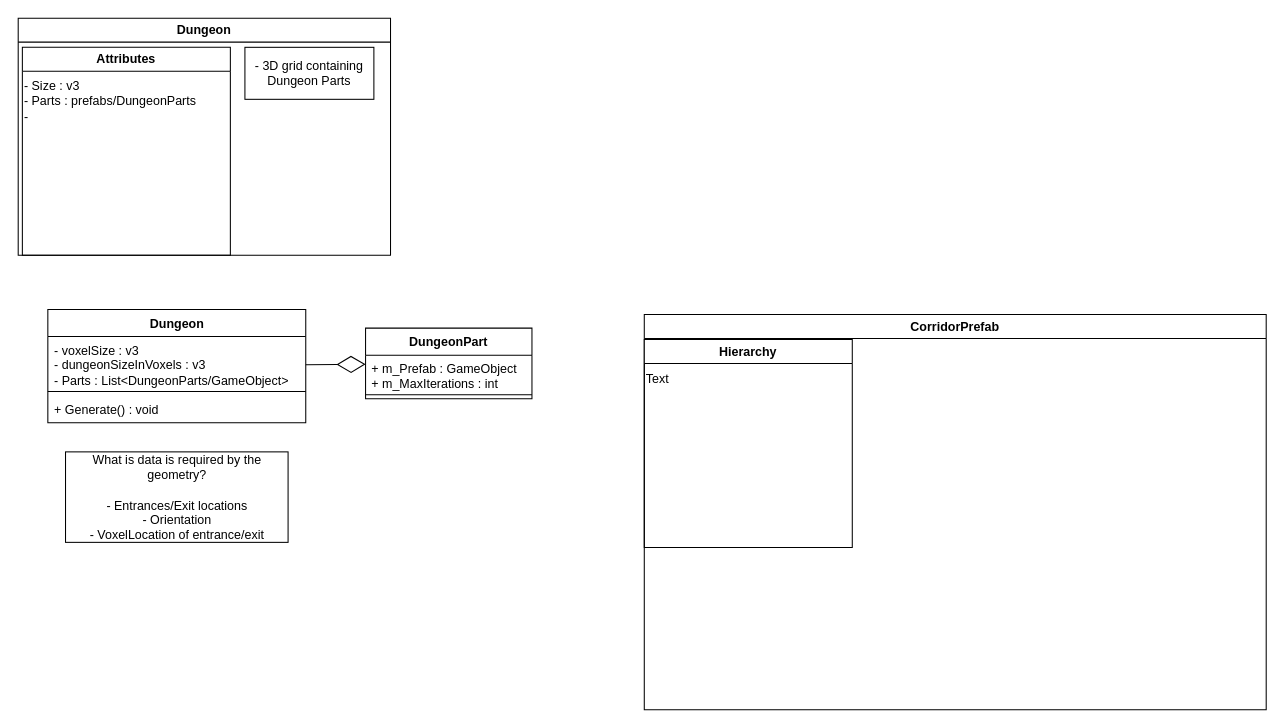
Earlier version of the draw.io diagram DungeonGenerator.drawio (RanakOFour/Unity3DDungeonGenerator). Source tidied: cells renumbered, new cells numbered last; positions are measured from the earlier drawing's top-left corner, leaving out a move shared by most shapes. Both pictures are drawn from the tidied source at 104%, with x=0, y=0 at pixel (18, 18).
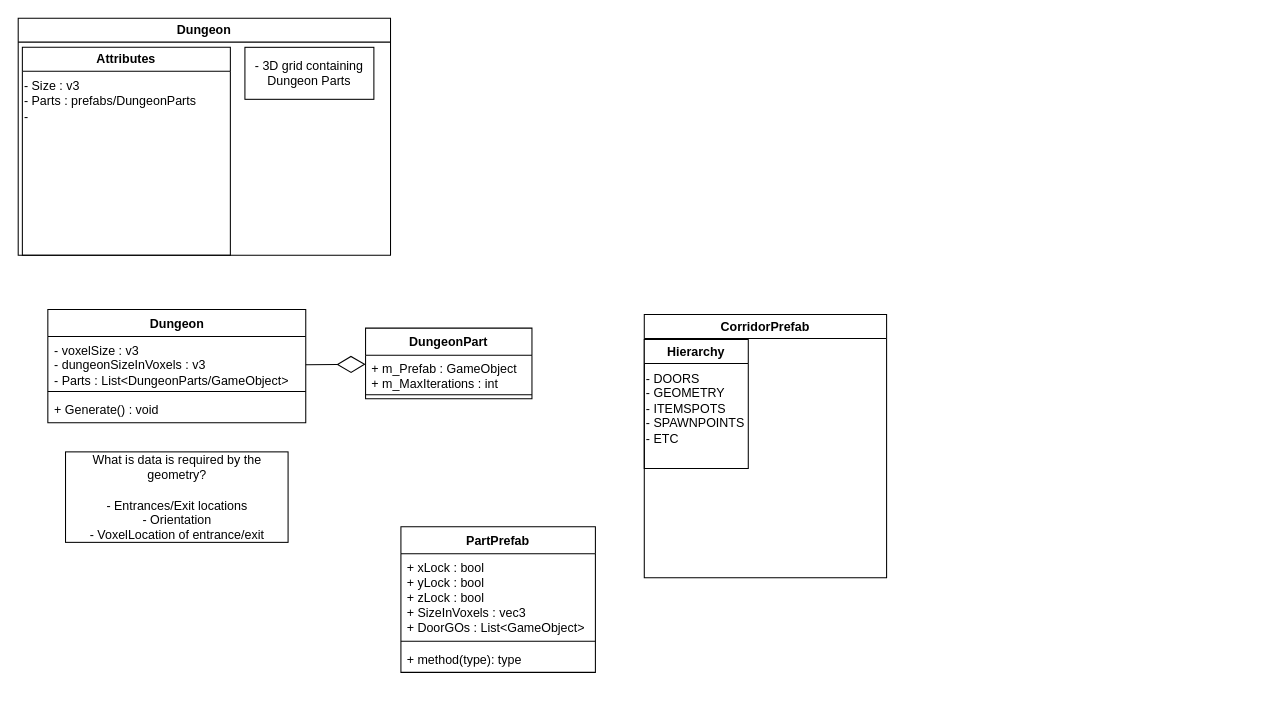
After the change.

Unchanged cells that the change refers to:
```xml
<mxCell id="7" value="Dungeon" style="swimlane;fontStyle=1;align=center;verticalAlign=top;horizontal=1;startSize=26;whiteSpace=wrap;html=1;" parent="1" vertex="1">
  <mxGeometry x="28.5" y="280" width="248" height="109" as="geometry" />
</mxCell>
<mxCell id="11" value="DungeonPart" style="swimlane;fontStyle=1;align=center;verticalAlign=top;horizontal=1;startSize=26;whiteSpace=wrap;html=1;" parent="1" vertex="1">
  <mxGeometry x="334" y="298" width="160" height="68" as="geometry" />
</mxCell>
```

The edit, as a diff of the source:
```diff
@@
-    <mxCell id="8" value="&lt;div&gt;- voxelSize : v3&lt;/div&gt;- dungeonSizeInVoxels : v3&lt;div&gt;- Parts : List&amp;lt;DungeonParts/GameObject&amp;gt;&lt;/div&gt;" style="text;strokeColor=none;fillColor=none;align=left;verticalAlign=top;spacingLeft=4;spacingRight=4;overflow=hidden;whiteSpace=wrap;html=1;" parent="7" vertex="1">
+    <mxCell id="8" value="&lt;div&gt;&lt;font style=&quot;color: light-dark(rgb(0, 0, 0), rgb(255, 255, 255));&quot;&gt;- voxelSize : v3&lt;/font&gt;&lt;/div&gt;&lt;font style=&quot;color: light-dark(rgb(0, 0, 0), rgb(255, 255, 255));&quot;&gt;- dungeonSizeInVoxels : v3&lt;/font&gt;&lt;div&gt;&lt;font style=&quot;color: light-dark(rgb(0, 0, 0), rgb(255, 255, 255));&quot;&gt;- Parts : List&amp;lt;DungeonParts/GameObject&amp;gt;&lt;/font&gt;&lt;/div&gt;" style="text;strokeColor=none;fillColor=none;align=left;verticalAlign=top;spacingLeft=4;spacingRight=4;overflow=hidden;whiteSpace=wrap;html=1;" parent="7" vertex="1">
       <mxGeometry y="26" width="248" height="49" as="geometry" />
     </mxCell>
@@
-    <mxCell id="12" value="+ m_Prefab : GameObject&lt;div&gt;+ m_MaxIterations : int&lt;/div&gt;" style="text;strokeColor=none;fillColor=none;align=left;verticalAlign=top;spacingLeft=4;spacingRight=4;overflow=hidden;whiteSpace=wrap;html=1;" parent="11" vertex="1">
+    <mxCell id="12" value="&lt;font style=&quot;color: light-dark(rgb(0, 0, 0), rgb(255, 255, 255));&quot;&gt;+ m_Prefab : GameObject&lt;/font&gt;&lt;div&gt;&lt;font style=&quot;color: light-dark(rgb(0, 0, 0), rgb(255, 255, 255));&quot;&gt;+ m_MaxIterations : int&lt;/font&gt;&lt;/div&gt;" style="text;strokeColor=none;fillColor=none;align=left;verticalAlign=top;spacingLeft=4;spacingRight=4;overflow=hidden;whiteSpace=wrap;html=1;" parent="11" vertex="1">
       <mxGeometry y="26" width="160" height="34" as="geometry" />
     </mxCell>
@@
     <mxCell id="15" value="CorridorPrefab" style="swimlane;whiteSpace=wrap;html=1;" parent="1" vertex="1">
-      <mxGeometry x="602" y="285" width="598" height="380" as="geometry" />
+      <mxGeometry x="602" y="285" width="233" height="253" as="geometry" />
     </mxCell>
     <mxCell id="16" value="Hierarchy" style="swimlane;whiteSpace=wrap;html=1;" parent="15" vertex="1">
-      <mxGeometry y="24" width="200" height="200" as="geometry" />
+      <mxGeometry y="24" width="100" height="124" as="geometry" />
     </mxCell>
-    <mxCell id="17" value="Text" style="text;html=1;align=left;verticalAlign=top;whiteSpace=wrap;rounded=0;" parent="16" vertex="1">
-      <mxGeometry y="24" width="200" height="176" as="geometry" />
+    <mxCell id="17" value="&lt;font style=&quot;color: light-dark(rgb(0, 0, 0), rgb(255, 255, 255));&quot;&gt;- DOORS&lt;/font&gt;&lt;div&gt;&lt;font style=&quot;color: light-dark(rgb(0, 0, 0), rgb(255, 255, 255));&quot;&gt;- GEOMETRY&lt;/font&gt;&lt;/div&gt;&lt;div&gt;&lt;font style=&quot;color: light-dark(rgb(0, 0, 0), rgb(255, 255, 255));&quot;&gt;- ITEMSPOTS&lt;/font&gt;&lt;/div&gt;&lt;div&gt;&lt;font style=&quot;color: light-dark(rgb(0, 0, 0), rgb(255, 255, 255));&quot;&gt;- SPAWNPOINTS&lt;/font&gt;&lt;/div&gt;&lt;div&gt;&lt;font style=&quot;color: light-dark(rgb(0, 0, 0), rgb(255, 255, 255));&quot;&gt;- ETC&lt;/font&gt;&lt;/div&gt;" style="text;html=1;align=left;verticalAlign=top;whiteSpace=wrap;rounded=0;" parent="16" vertex="1">
+      <mxGeometry y="24" width="100" height="100" as="geometry" />
     </mxCell>
+    <mxCell id="18" value="PartPrefab" style="swimlane;fontStyle=1;align=center;verticalAlign=top;horizontal=1;startSize=26;whiteSpace=wrap;html=1;" parent="1" vertex="1">
+      <mxGeometry x="368" y="489" width="187" height="140" as="geometry" />
+    </mxCell>
+    <mxCell id="19" value="&lt;font style=&quot;color: light-dark(rgb(0, 0, 0), rgb(255, 255, 255));&quot;&gt;+ xLock : bool&lt;/font&gt;&lt;div&gt;&lt;font style=&quot;color: light-dark(rgb(0, 0, 0), rgb(255, 255, 255));&quot;&gt;+ yLock : bool&lt;/font&gt;&lt;/div&gt;&lt;div&gt;&lt;font style=&quot;color: light-dark(rgb(0, 0, 0), rgb(255, 255, 255));&quot;&gt;+ zLock : bool&lt;/font&gt;&lt;/div&gt;&lt;div&gt;&lt;font style=&quot;color: light-dark(rgb(0, 0, 0), rgb(255, 255, 255));&quot;&gt;+ SizeInVoxels : vec3&lt;/font&gt;&lt;/div&gt;&lt;div&gt;&lt;font style=&quot;color: light-dark(rgb(0, 0, 0), rgb(255, 255, 255));&quot;&gt;+ DoorGOs : List&amp;lt;GameObject&amp;gt;&lt;br&gt;&lt;/font&gt;&lt;/div&gt;" style="text;strokeColor=none;fillColor=none;align=left;verticalAlign=top;spacingLeft=4;spacingRight=4;overflow=hidden;whiteSpace=wrap;html=1;" parent="18" vertex="1">
+      <mxGeometry y="26" width="187" height="80" as="geometry" />
+    </mxCell>
+    <mxCell id="20" style="line;strokeWidth=1;fillColor=none;align=left;verticalAlign=middle;spacingTop=-1;spacingLeft=3;spacingRight=3;labelPosition=right;strokeColor=inherit;" parent="18" vertex="1">
+      <mxGeometry y="106" width="187" height="8" as="geometry" />
+    </mxCell>
+    <mxCell id="21" value="+ method(type): type" style="text;strokeColor=none;fillColor=none;align=left;verticalAlign=top;spacingLeft=4;spacingRight=4;overflow=hidden;whiteSpace=wrap;html=1;" parent="18" vertex="1">
+      <mxGeometry y="114" width="187" height="26" as="geometry" />
+    </mxCell>
```
